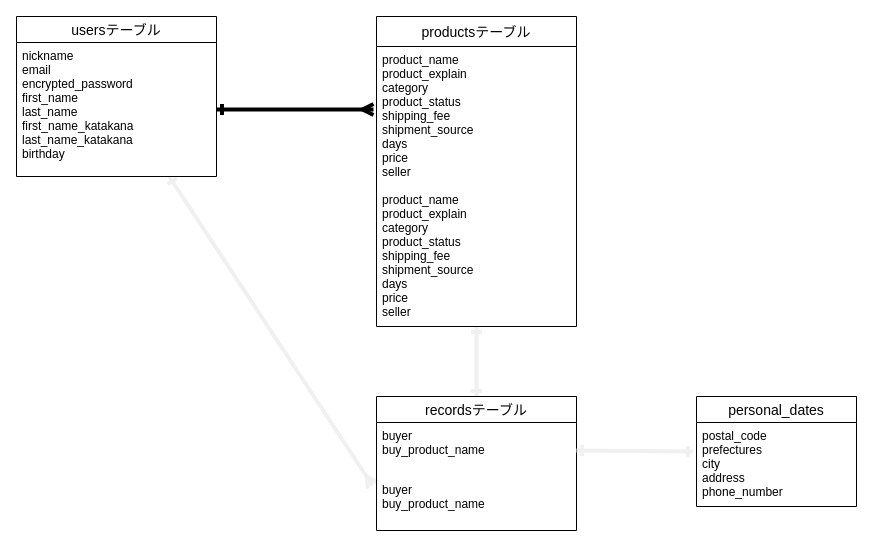
Above: er.dio in a-chikara/furima-34425 (draw.io), before the change. Source tidied: cells renumbered, new cells numbered last; positions are measured from the earlier drawing's top-left corner, leaving out a move shared by most shapes. Both pictures are drawn from the tidied source at 100%, with x=0, y=0 at pixel (16, 16).
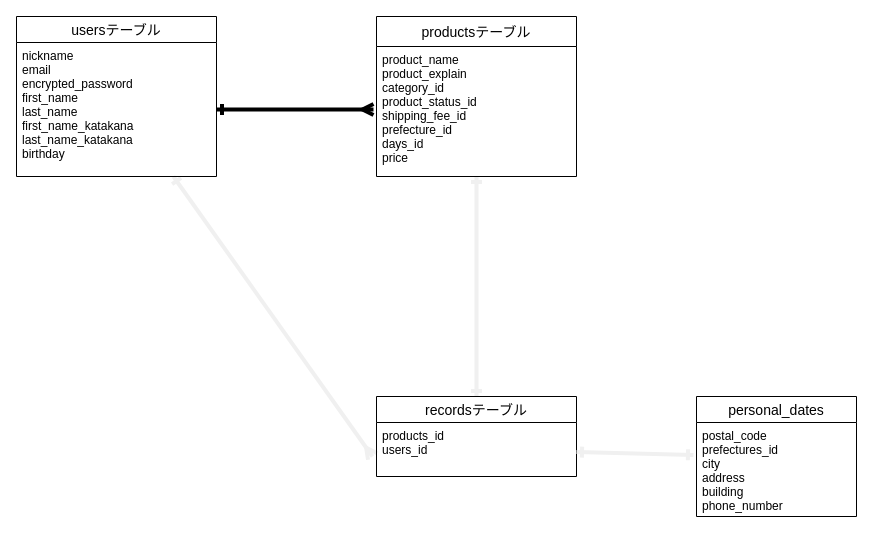
After the change.

What changed in the source:
```diff
@@
 <mxGraphModel>
   <root>
     <mxCell id="0" />
     <mxCell id="1" parent="0" />
     <mxCell id="2" style="edgeStyle=orthogonalEdgeStyle;rounded=0;sketch=0;orthogonalLoop=1;jettySize=auto;html=1;exitX=0.5;exitY=1;exitDx=0;exitDy=0;strokeWidth=4;" parent="1" edge="1">
       <mxGeometry relative="1" as="geometry">
         <mxPoint x="590" y="300" as="sourcePoint" />
         <mxPoint x="590" y="300" as="targetPoint" />
       </mxGeometry>
     </mxCell>
     <mxCell id="3" style="edgeStyle=none;rounded=0;sketch=0;jettySize=auto;html=1;startArrow=ERone;startFill=0;endArrow=ERmany;endFill=0;strokeColor=#f0f0f0;strokeWidth=4;" parent="1" edge="1" source="4">
       <mxGeometry relative="1" as="geometry">
-        <mxPoint x="356" y="469" as="targetPoint" />
+        <mxPoint x="356" y="440" as="targetPoint" />
       </mxGeometry>
     </mxCell>
     <mxCell id="4" value="usersテーブル" style="swimlane;fontStyle=0;horizontal=1;startSize=26;align=center;fontSize=14;rounded=0;sketch=0;" parent="1" vertex="1">
       <mxGeometry width="200" height="160" as="geometry" />
     </mxCell>
     <mxCell id="5" value="nickname&#10;email&#10;encrypted_password&#10;first_name&#10;last_name&#10;first_name_katakana&#10;last_name_katakana&#10;birthday" style="text;strokeColor=none;fillColor=none;spacingLeft=4;spacingRight=4;overflow=hidden;points=[[0,0.5],[1,0.5]];portConstraint=eastwest;fontSize=12;" parent="4" vertex="1">
       <mxGeometry y="26" width="200" height="134" as="geometry" />
     </mxCell>
     <mxCell id="6" style="rounded=0;sketch=0;jettySize=auto;html=1;entryX=0.5;entryY=0;entryDx=0;entryDy=0;startArrow=ERone;startFill=0;strokeColor=#f0f0f0;strokeWidth=4;endArrow=ERone;endFill=0;" parent="1" edge="1" source="7" target="11">
       <mxGeometry relative="1" as="geometry" />
     </mxCell>
     <mxCell id="7" value="productsテーブル" style="swimlane;fontStyle=0;horizontal=1;startSize=30;align=center;fontSize=14;rounded=0;sketch=0;" parent="1" vertex="1">
-      <mxGeometry x="360" width="200" height="310" as="geometry" />
+      <mxGeometry x="360" width="200" height="160" as="geometry" />
     </mxCell>
-    <mxCell id="8" value="product_name&#10;product_explain&#10;category&#10;product_status&#10;shipping_fee&#10;shipment_source&#10;days&#10;price&#10;seller" style="text;strokeColor=none;fillColor=none;spacingLeft=4;spacingRight=4;overflow=hidden;fontSize=12;" parent="7" vertex="1">
-      <mxGeometry y="30" width="200" height="140" as="geometry" />
+    <mxCell id="8" value="product_name&#10;product_explain&#10;category_id&#10;product_status_id&#10;shipping_fee_id&#10;prefecture_id&#10;days_id&#10;price" style="text;strokeColor=none;fillColor=none;spacingLeft=4;spacingRight=4;overflow=hidden;fontSize=12;" parent="7" vertex="1">
+      <mxGeometry y="30" width="200" height="130" as="geometry" />
     </mxCell>
-    <mxCell id="9" value="product_name&#10;product_explain&#10;category&#10;product_status&#10;shipping_fee&#10;shipment_source&#10;days&#10;price&#10;seller" style="text;strokeColor=none;fillColor=none;spacingLeft=4;spacingRight=4;overflow=hidden;fontSize=12;" parent="7" vertex="1">
-      <mxGeometry y="170" width="200" height="140" as="geometry" />
-    </mxCell>
     <mxCell id="10" style="edgeStyle=orthogonalEdgeStyle;sketch=0;jettySize=auto;html=1;exitX=1;exitY=0.5;exitDx=0;exitDy=0;strokeWidth=4;rounded=0;startArrow=ERone;startFill=0;endArrow=ERmany;endFill=0;" parent="1" edge="1" source="5">
       <mxGeometry relative="1" as="geometry">
         <mxPoint x="357" y="93" as="targetPoint" />
       </mxGeometry>
     </mxCell>
     <mxCell id="11" value="recordsテーブル" style="swimlane;fontStyle=0;horizontal=1;startSize=26;align=center;fontSize=14;rounded=0;sketch=0;" parent="1" vertex="1">
-      <mxGeometry x="360" y="380" width="200" height="134" as="geometry" />
+      <mxGeometry x="360" y="380" width="200" height="80" as="geometry" />
     </mxCell>
-    <mxCell id="12" value="buyer&#10;buy_product_name" style="text;strokeColor=none;fillColor=none;spacingLeft=4;spacingRight=4;overflow=hidden;points=[[0,0.5],[1,0.5]];portConstraint=eastwest;fontSize=12;" parent="11" vertex="1">
+    <mxCell id="12" value="products_id&#10;users_id&#10;" style="text;strokeColor=none;fillColor=none;spacingLeft=4;spacingRight=4;overflow=hidden;points=[[0,0.5],[1,0.5]];portConstraint=eastwest;fontSize=12;" parent="11" vertex="1">
       <mxGeometry y="26" width="200" height="54" as="geometry" />
     </mxCell>
-    <mxCell id="13" value="buyer&#10;buy_product_name" style="text;strokeColor=none;fillColor=none;spacingLeft=4;spacingRight=4;overflow=hidden;fontSize=12;" parent="11" vertex="1">
-      <mxGeometry y="80" width="200" height="54" as="geometry" />
-    </mxCell>
     <mxCell id="14" value="personal_dates" style="swimlane;fontStyle=0;horizontal=1;startSize=26;align=center;fontSize=14;rounded=0;sketch=0;" parent="1" vertex="1">
-      <mxGeometry x="680" y="380" width="160" height="110" as="geometry" />
+      <mxGeometry x="680" y="380" width="160" height="120" as="geometry" />
     </mxCell>
-    <mxCell id="15" value="postal_code&#10;prefectures&#10;city&#10;address&#10;phone_number" style="text;strokeColor=none;fillColor=none;spacingLeft=4;spacingRight=4;overflow=hidden;points=[[0,0.5],[1,0.5]];portConstraint=eastwest;fontSize=12;" parent="14" vertex="1">
-      <mxGeometry y="26" width="160" height="84" as="geometry" />
+    <mxCell id="15" value="postal_code&#10;prefectures_id&#10;city&#10;address&#10;building&#10;phone_number" style="text;strokeColor=none;fillColor=none;spacingLeft=4;spacingRight=4;overflow=hidden;points=[[0,0.5],[1,0.5]];portConstraint=eastwest;fontSize=12;" parent="14" vertex="1">
+      <mxGeometry y="26" width="160" height="94" as="geometry" />
     </mxCell>
     <mxCell id="16" style="edgeStyle=none;rounded=0;sketch=0;jettySize=auto;html=1;entryX=-0.019;entryY=0.345;entryDx=0;entryDy=0;entryPerimeter=0;startArrow=ERone;startFill=0;endArrow=ERone;endFill=0;strokeColor=#f0f0f0;strokeWidth=4;" parent="1" edge="1" source="12" target="15">
       <mxGeometry relative="1" as="geometry" />
     </mxCell>
   </root>
 </mxGraphModel>
```
